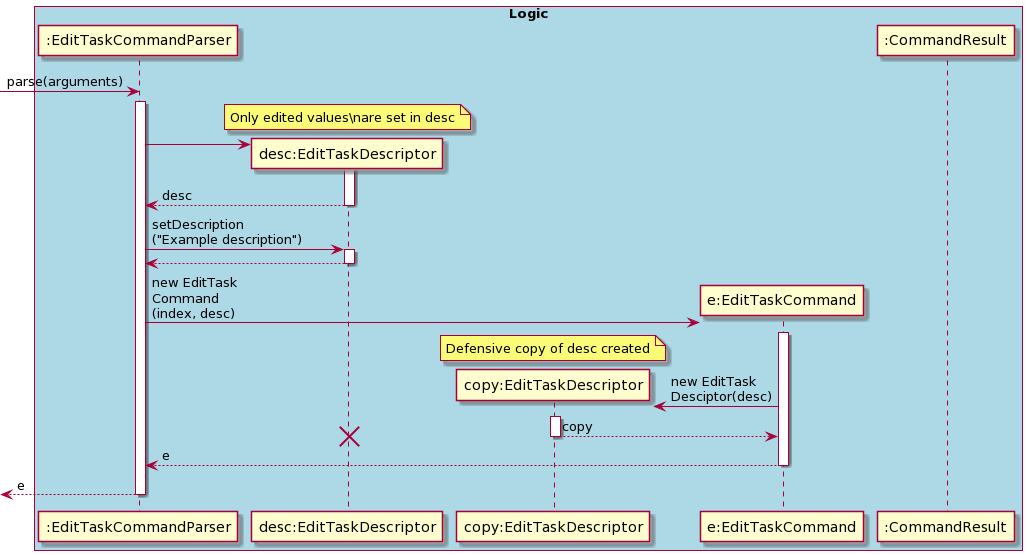
Above: docs/images/EditTaskCommandParse.png in yeppog/tp (PlantUML), before the change. Its source is kept beside it as docs/diagrams/EditTaskCommandParse.puml.
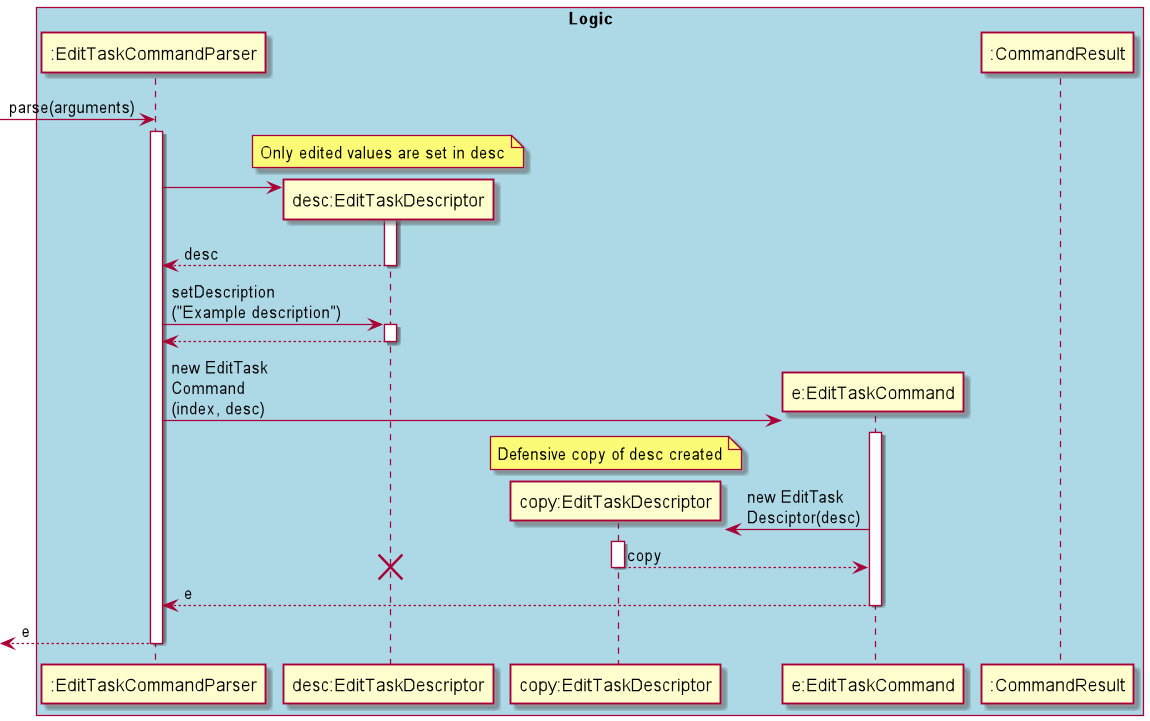
After the change.

What changed in the source:
```diff
@@ -13,7 +13,7 @@
 
 
 note over ed
-Only edited values\nare set in desc
+Only edited values are set in desc
 end note
 
 activate ETCP
```
